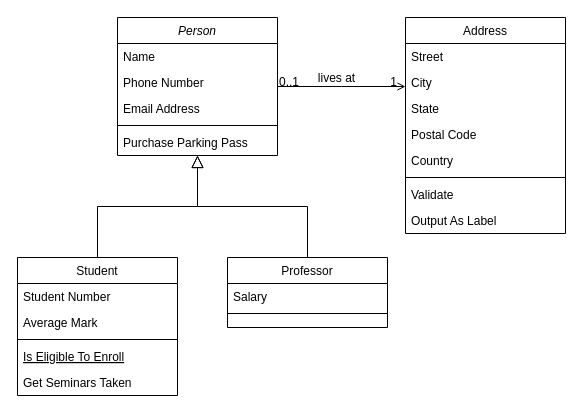
Warissara1061/Final-Project-MDT211 keeps this draw.io diagram as Untitled Diagram.drawio. Above is the earlier version. Source tidied: cells renumbered, new cells numbered last; positions are measured from the earlier drawing's top-left corner, leaving out a move shared by most shapes. Both pictures are drawn from the tidied source at 100%, with x=0, y=0 at pixel (17, 17).
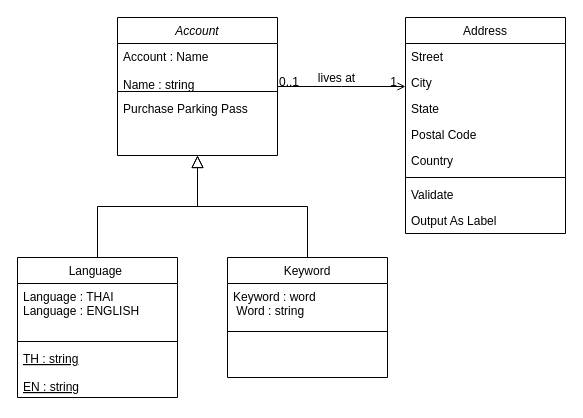
Above is the later version.

Diff of the diagram source:
```diff
@@
-    <mxCell id="2" value="Person" style="swimlane;fontStyle=2;align=center;verticalAlign=top;horizontal=1;startSize=26;rounded=0;shadow=0;strokeWidth=1;" parent="1" vertex="1">
+    <mxCell id="2" value="Account&#10;" style="swimlane;fontStyle=2;align=center;verticalAlign=top;horizontal=1;startSize=26;rounded=0;shadow=0;strokeWidth=1;" parent="1" vertex="1">
       <mxGeometry x="100" width="160" height="138" as="geometry" />
     </mxCell>
-    <mxCell id="3" value="Name" style="text;align=left;verticalAlign=top;spacingLeft=4;spacingRight=4;overflow=hidden;" parent="2" vertex="1">
-      <mxGeometry y="26" width="160" height="26" as="geometry" />
+    <mxCell id="3" value="Account : Name&#10;&#10;Name : string&#10;" style="text;align=left;verticalAlign=top;spacingLeft=4;spacingRight=4;overflow=hidden;" parent="2" vertex="1">
+      <mxGeometry y="26" width="160" height="44" as="geometry" />
     </mxCell>
-    <mxCell id="4" value="Phone Number" style="text;align=left;verticalAlign=top;spacingLeft=4;spacingRight=4;overflow=hidden;rounded=0;shadow=0;html=0;" parent="2" vertex="1">
-      <mxGeometry y="52" width="160" height="26" as="geometry" />
-    </mxCell>
-    <mxCell id="5" value="Email Address" style="text;align=left;verticalAlign=top;spacingLeft=4;spacingRight=4;overflow=hidden;rounded=0;shadow=0;html=0;" parent="2" vertex="1">
-      <mxGeometry y="78" width="160" height="26" as="geometry" />
-    </mxCell>
     <mxCell id="6" style="line;html=1;strokeWidth=1;align=left;verticalAlign=middle;spacingTop=-1;spacingLeft=3;spacingRight=3;labelPosition=right;" parent="2" vertex="1">
-      <mxGeometry y="104" width="160" height="8" as="geometry" />
+      <mxGeometry y="70" width="160" height="8" as="geometry" />
     </mxCell>
     <mxCell id="7" value="Purchase Parking Pass" style="text;align=left;verticalAlign=top;spacingLeft=4;spacingRight=4;overflow=hidden;" parent="2" vertex="1">
-      <mxGeometry y="112" width="160" height="26" as="geometry" />
+      <mxGeometry y="78" width="160" height="26" as="geometry" />
     </mxCell>
-    <mxCell id="8" value="Student" style="swimlane;fontStyle=0;align=center;verticalAlign=top;horizontal=1;startSize=26;rounded=0;shadow=0;strokeWidth=1;" parent="1" vertex="1">
-      <mxGeometry y="240" width="160" height="138" as="geometry" />
+    <mxCell id="8" value="Language " style="swimlane;fontStyle=0;align=center;verticalAlign=top;horizontal=1;startSize=26;rounded=0;shadow=0;strokeWidth=1;" parent="1" vertex="1">
+      <mxGeometry y="240" width="160" height="140" as="geometry" />
     </mxCell>
-    <mxCell id="9" value="Student Number" style="text;align=left;verticalAlign=top;spacingLeft=4;spacingRight=4;overflow=hidden;" parent="8" vertex="1">
-      <mxGeometry y="26" width="160" height="26" as="geometry" />
+    <mxCell id="9" value="Language : THAI&#10;Language : ENGLISH&#10;&#10;" style="text;align=left;verticalAlign=top;spacingLeft=4;spacingRight=4;overflow=hidden;" parent="8" vertex="1">
+      <mxGeometry y="26" width="160" height="54" as="geometry" />
     </mxCell>
-    <mxCell id="10" value="Average Mark" style="text;align=left;verticalAlign=top;spacingLeft=4;spacingRight=4;overflow=hidden;rounded=0;shadow=0;html=0;" parent="8" vertex="1">
-      <mxGeometry y="52" width="160" height="26" as="geometry" />
-    </mxCell>
     <mxCell id="11" style="line;html=1;strokeWidth=1;align=left;verticalAlign=middle;spacingTop=-1;spacingLeft=3;spacingRight=3;labelPosition=right;" parent="8" vertex="1">
-      <mxGeometry y="78" width="160" height="8" as="geometry" />
+      <mxGeometry y="80" width="160" height="8" as="geometry" />
     </mxCell>
-    <mxCell id="12" value="Is Eligible To Enroll" style="text;align=left;verticalAlign=top;spacingLeft=4;spacingRight=4;overflow=hidden;fontStyle=4;" parent="8" vertex="1">
-      <mxGeometry y="86" width="160" height="26" as="geometry" />
+    <mxCell id="12" value="TH : string&#10;&#10;EN : string&#10;" style="text;align=left;verticalAlign=top;spacingLeft=4;spacingRight=4;overflow=hidden;fontStyle=4;" parent="8" vertex="1">
+      <mxGeometry y="88" width="160" height="52" as="geometry" />
     </mxCell>
-    <mxCell id="13" value="Get Seminars Taken" style="text;align=left;verticalAlign=top;spacingLeft=4;spacingRight=4;overflow=hidden;" parent="8" vertex="1">
-      <mxGeometry y="112" width="160" height="26" as="geometry" />
-    </mxCell>
@@
-    <mxCell id="15" value="Professor" style="swimlane;fontStyle=0;align=center;verticalAlign=top;horizontal=1;startSize=26;rounded=0;shadow=0;strokeWidth=1;" parent="1" vertex="1">
-      <mxGeometry x="210" y="240" width="160" height="70" as="geometry" />
+    <mxCell id="15" value="Keyword&#10;" style="swimlane;fontStyle=0;align=center;verticalAlign=top;horizontal=1;startSize=26;rounded=0;shadow=0;strokeWidth=1;" parent="1" vertex="1">
+      <mxGeometry x="210" y="240" width="160" height="120" as="geometry" />
     </mxCell>
-    <mxCell id="16" value="Salary" style="text;align=left;verticalAlign=top;spacingLeft=4;spacingRight=4;overflow=hidden;" parent="15" vertex="1">
-      <mxGeometry y="26" width="160" height="26" as="geometry" />
+    <mxCell id="16" value="Keyword : word &#10; Word : string&#10;" style="text;align=left;verticalAlign=top;spacingLeft=4;spacingRight=4;overflow=hidden;" parent="15" vertex="1">
+      <mxGeometry y="26" width="160" height="44" as="geometry" />
     </mxCell>
     <mxCell id="17" style="line;html=1;strokeWidth=1;align=left;verticalAlign=middle;spacingTop=-1;spacingLeft=3;spacingRight=3;labelPosition=right;" parent="15" vertex="1">
-      <mxGeometry y="52" width="160" height="8" as="geometry" />
+      <mxGeometry y="70" width="160" height="8" as="geometry" />
     </mxCell>
```
